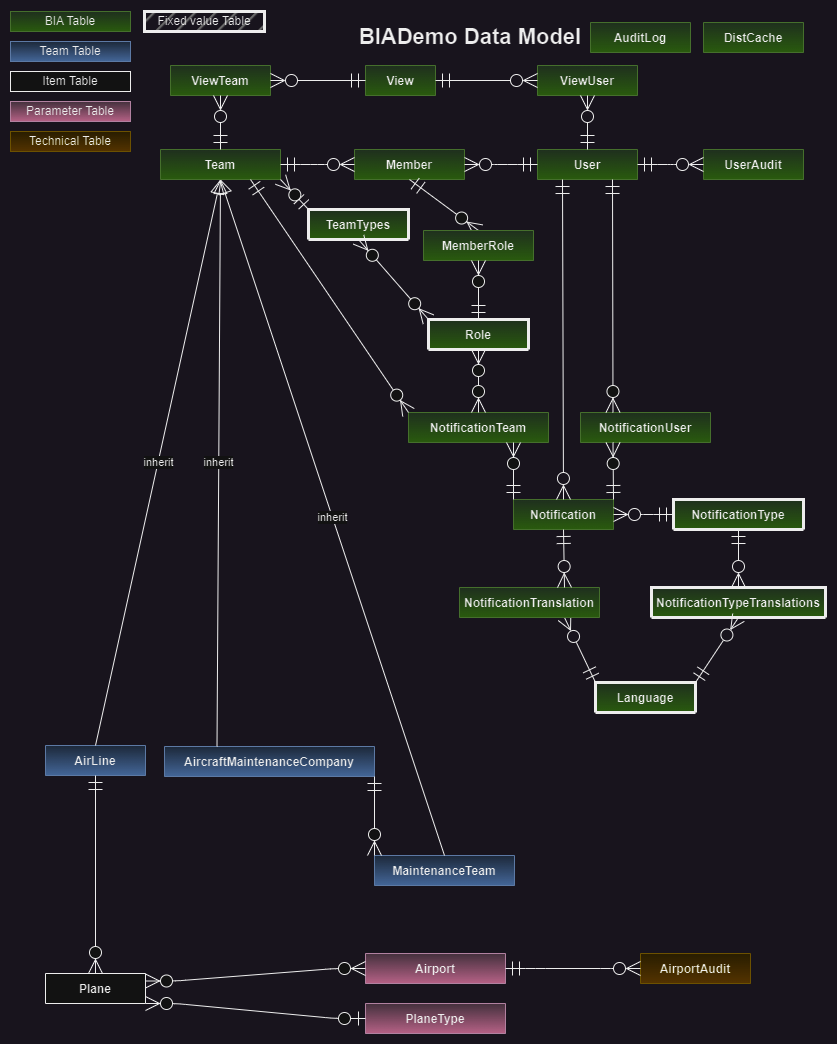
Above: docs/Images/DataModel.dark.png in BIATeam/BIADocs (draw.io), before the change. Source tidied: cells renumbered, new cells last; positions are measured from the earlier drawing's top-left corner, leaving out a move shared by most shapes.
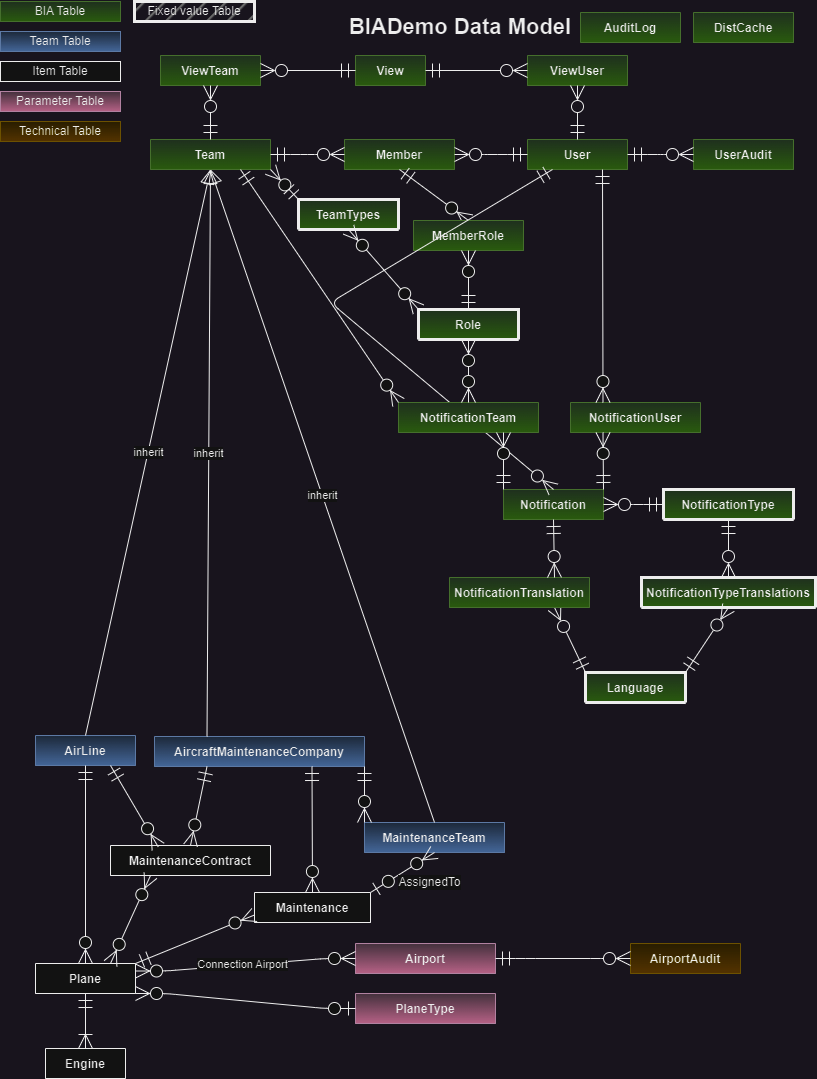
After the change.

Diff of the diagram source:
```diff
@@ -36,7 +36,7 @@
       <mxGeometry relative="1" as="geometry" />
     </mxCell>
     <mxCell id="13" value="MaintenanceTeam" style="shape=table;startSize=30;rowLines=0;fontStyle=1;align=center;fillColor=#dae8fc;gradientColor=#7ea6e0;strokeColor=#6c8ebf;" parent="1" vertex="1" collapsed="1">
-      <mxGeometry x="364" y="844" width="140" height="30" as="geometry" />
+      <mxGeometry x="364" y="821" width="140" height="30" as="geometry" />
     </mxCell>
     <mxCell id="14" value="inherit" style="endArrow=block;endFill=0;endSize=12;html=1;exitX=0.5;exitY=0;exitDx=0;exitDy=0;entryX=0.5;entryY=1;entryDx=0;entryDy=0;" parent="1" edge="1" source="13" target="2">
       <mxGeometry relative="1" as="geometry" />
@@ -53,6 +53,11 @@
     <mxCell id="18" style="edgeStyle=entityRelationEdgeStyle;fontSize=12;html=1;endArrow=ERzeroToMany;endFill=1;startArrow=ERzeroToMany;startSize=12;exitX=1;exitY=0.25;exitDx=0;exitDy=0;entryX=0;entryY=0.5;entryDx=0;entryDy=0;endSize=12;" parent="1" edge="1" source="16" target="17">
       <mxGeometry relative="1" as="geometry" />
     </mxCell>
+    <mxCell id="65" value="Connection Airport" style="edgeLabel;html=1;align=center;verticalAlign=middle;" parent="18" vertex="1">
+      <mxGeometry x="-0.12" y="-1" relative="1" as="geometry">
+        <mxPoint x="9" y="-3" as="offset" />
+      </mxGeometry>
+    </mxCell>
     <mxCell id="19" value="PlaneType" style="shape=table;startSize=30;rowLines=0;fontStyle=1;align=center;fillColor=#e6d0de;strokeColor=#996185;gradientColor=#d5739d;" parent="1" vertex="1" collapsed="1">
       <mxGeometry x="355" y="992" width="140" height="30" as="geometry" />
     </mxCell>
@@ -105,7 +110,11 @@
       <mxGeometry x="570" y="401" width="130" height="30" as="geometry" />
     </mxCell>
     <mxCell id="36" style="fontSize=12;html=1;endArrow=ERzeroToMany;startSize=12;entryX=0.5;entryY=0;entryDx=0;entryDy=0;startArrow=ERmandOne;startFill=0;endSize=12;endFill=0;exitX=0.25;exitY=1;exitDx=0;exitDy=0;" parent="1" edge="1" source="4" target="29">
-      <mxGeometry relative="1" as="geometry" />
+      <mxGeometry relative="1" as="geometry">
+        <Array as="points">
+          <mxPoint x="330" y="301" />
+        </Array>
+      </mxGeometry>
     </mxCell>
     <mxCell id="37" value="NotificationTeam" style="shape=table;startSize=30;rowLines=0;fontStyle=1;align=center;fillColor=#d5e8d4;gradientColor=#97d077;strokeColor=#82b366;" parent="1" vertex="1" collapsed="1">
       <mxGeometry x="398" y="401" width="140" height="30" as="geometry" />
@@ -191,5 +200,35 @@
     <mxCell id="64" style="fontSize=12;html=1;endArrow=ERzeroToMany;startSize=12;entryX=0.5;entryY=1;entryDx=0;entryDy=0;startArrow=ERmandOne;startFill=0;endSize=12;endFill=0;exitX=0.5;exitY=0;exitDx=0;exitDy=0;" parent="1" edge="1" source="2" target="59">
       <mxGeometry relative="1" as="geometry" />
     </mxCell>
+    <mxCell id="66" value="Engine" style="shape=table;startSize=30;rowLines=0;fontStyle=1;align=center;" parent="1" vertex="1" collapsed="1">
+      <mxGeometry x="45" y="1047" width="80" height="30" as="geometry" />
+    </mxCell>
+    <mxCell id="67" style="fontSize=12;html=1;endArrow=ERoneToMany;startArrow=ERmandOne;entryX=0.5;entryY=0;entryDx=0;entryDy=0;exitX=0.5;exitY=1;exitDx=0;exitDy=0;endSize=12;startSize=12;startFill=0;" parent="1" edge="1" source="16" target="66">
+      <mxGeometry relative="1" as="geometry" />
+    </mxCell>
+    <mxCell id="68" value="MaintenanceContract" style="shape=table;startSize=30;rowLines=0;fontStyle=1;align=center;" parent="1" vertex="1" collapsed="1">
+      <mxGeometry x="110" y="844" width="160" height="30" as="geometry" />
+    </mxCell>
+    <mxCell id="69" style="fontSize=12;html=1;endArrow=ERzeroToMany;endFill=1;exitX=0.75;exitY=1;exitDx=0;exitDy=0;endSize=12;startSize=12;entryX=0.298;entryY=0.044;entryDx=0;entryDy=0;entryPerimeter=0;startArrow=ERmandOne;startFill=0;" parent="1" edge="1" source="9" target="68">
+      <mxGeometry relative="1" as="geometry" />
+    </mxCell>
+    <mxCell id="70" style="fontSize=12;html=1;endArrow=ERzeroToMany;endFill=1;startSize=12;endSize=12;exitX=0.25;exitY=1;exitDx=0;exitDy=0;entryX=0.5;entryY=0;entryDx=0;entryDy=0;startArrow=ERmandOne;startFill=0;" parent="1" edge="1" source="11" target="68">
+      <mxGeometry relative="1" as="geometry" />
+    </mxCell>
+    <mxCell id="71" style="fontSize=12;html=1;endArrow=ERzeroToMany;endFill=1;startArrow=ERzeroToMany;startSize=12;endSize=12;exitX=0.75;exitY=0;exitDx=0;exitDy=0;entryX=0.25;entryY=1;entryDx=0;entryDy=0;" parent="1" edge="1" source="16" target="68">
+      <mxGeometry relative="1" as="geometry" />
+    </mxCell>
+    <mxCell id="72" value="Maintenance" style="shape=table;startSize=30;rowLines=0;fontStyle=1;align=center;" parent="1" vertex="1" collapsed="1">
+      <mxGeometry x="254" y="891" width="116" height="30" as="geometry" />
+    </mxCell>
+    <mxCell id="73" style="fontSize=12;html=1;endArrow=ERzeroToMany;startArrow=ERmandOne;startSize=12;endSize=12;entryX=0.5;entryY=0;entryDx=0;entryDy=0;exitX=0.75;exitY=1;exitDx=0;exitDy=0;" parent="1" edge="1" source="11" target="72">
+      <mxGeometry relative="1" as="geometry" />
+    </mxCell>
+    <mxCell id="74" style="fontSize=12;html=1;endArrow=ERzeroToMany;startArrow=ERmandOne;startSize=12;endSize=12;entryX=0;entryY=0.75;entryDx=0;entryDy=0;exitX=1;exitY=0;exitDx=0;exitDy=0;" parent="1" edge="1" source="16" target="72">
+      <mxGeometry relative="1" as="geometry" />
+    </mxCell>
+    <mxCell id="75" value="AssignedTo" style="fontSize=12;html=1;endArrow=ERzeroToMany;startArrow=ERzeroToOne;startSize=12;endSize=12;entryX=0.5;entryY=1;entryDx=0;entryDy=0;exitX=1;exitY=0;exitDx=0;exitDy=0;" parent="1" edge="1" source="72" target="13">
+      <mxGeometry x="0.49" y="-23" relative="1" as="geometry" />
+    </mxCell>
   </root>
 </mxGraphModel>
```
